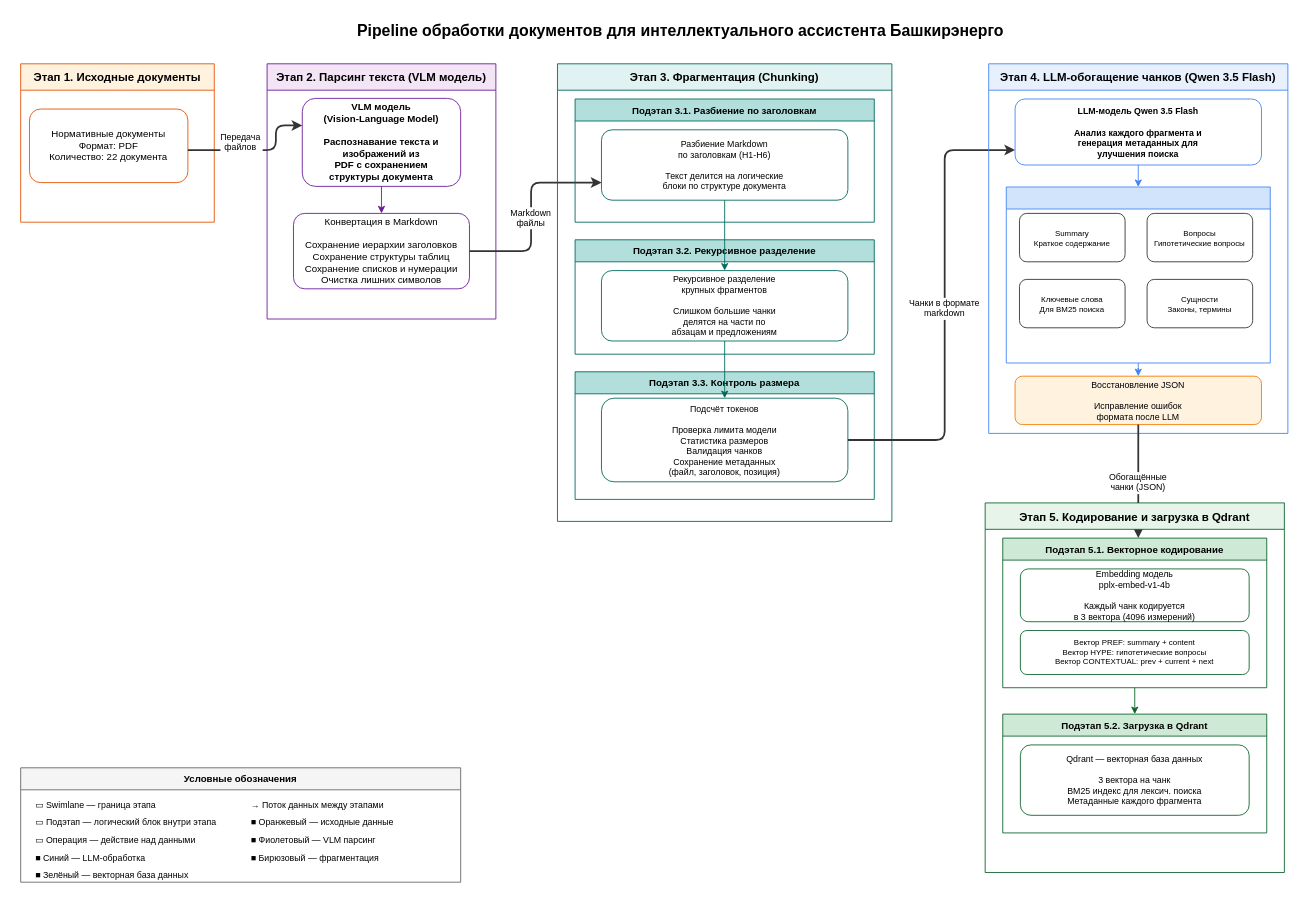
Diamondcoder2004/ai_assistant keeps this draw.io diagram as practice/pipeline_data_preparation.drawio. Above is the earlier version. Source tidied: cells renumbered, new cells numbered last; positions are measured from the earlier drawing's top-left corner, leaving out a move shared by most shapes. Both pictures are drawn from the tidied source at 88%, with x=0, y=0 at pixel (20, 15).
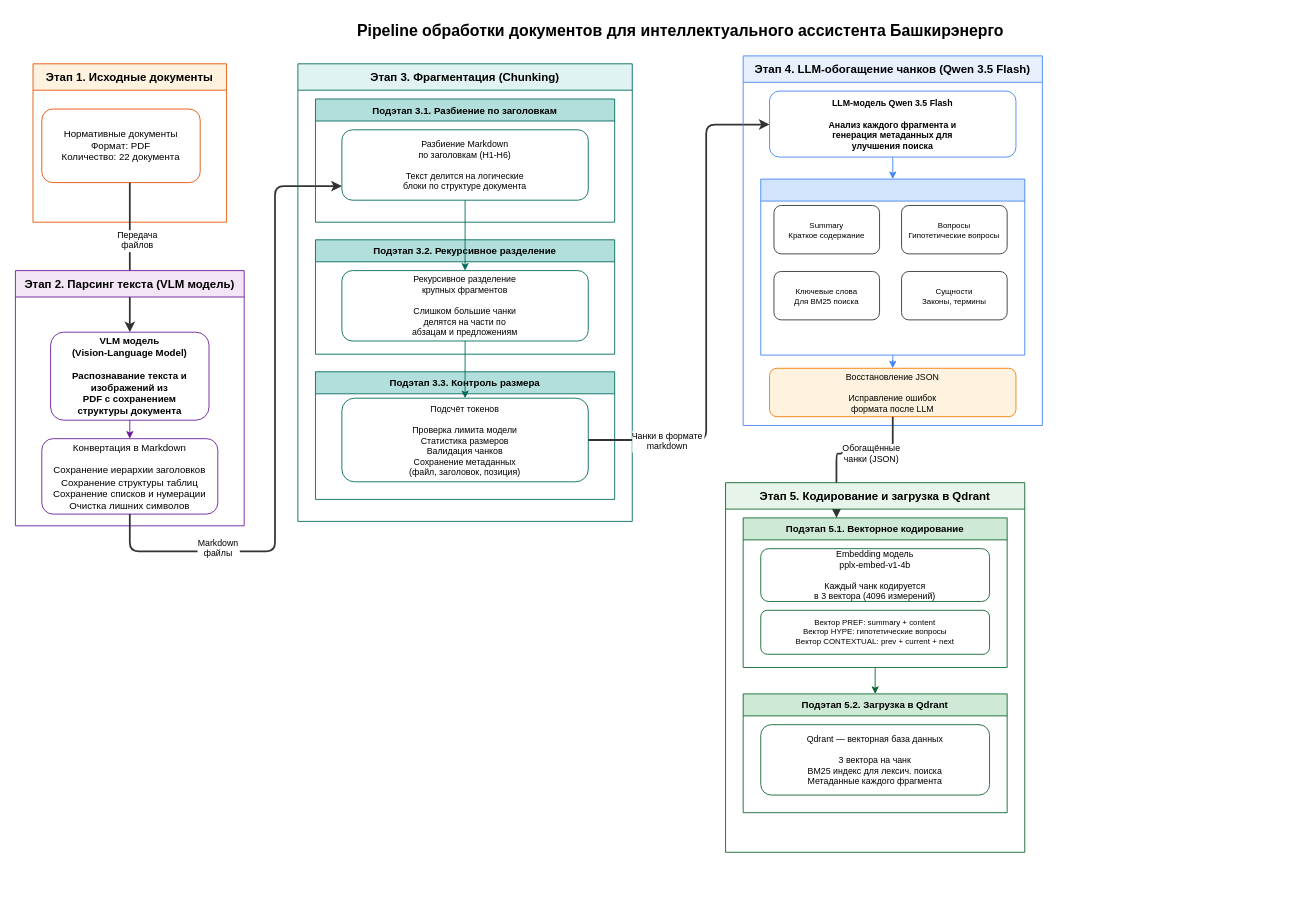
The same diagram, later.

Unchanged cells that the change refers to:
```xml
<mxCell id="4" value="Нормативные документы&#10;Формат: PDF&#10;Количество: 22 документа" style="rounded=1;whiteSpace=wrap;fillColor=#ffffff;strokeColor=#e65100;fontSize=11;fontColor=#000000;" parent="3" vertex="1">
  <mxGeometry x="10" y="51.4" width="180" height="83.6" as="geometry" />
</mxCell>
<mxCell id="13" value="Разбиение Markdown&#10;по заголовкам (H1-H6)&#10;&#10;Текст делится на логические&#10;блоки по структуре документа" style="rounded=1;whiteSpace=wrap;fillColor=#ffffff;strokeColor=#00695c;fontSize=10;fontColor=#000000;" parent="12" vertex="1">
  <mxGeometry x="30" y="35" width="280" height="80" as="geometry" />
</mxCell>
<mxCell id="17" value="Подсчёт токенов&#10;&#10;Проверка лимита модели&#10;Статистика размеров&#10;Валидация чанков&#10;Сохранение метаданных&#10;(файл, заголовок, позиция)" style="rounded=1;whiteSpace=wrap;fillColor=#ffffff;strokeColor=#00695c;fontSize=10;fontColor=#000000;" parent="16" vertex="1">
  <mxGeometry x="30" y="30" width="280" height="95" as="geometry" />
</mxCell>
<mxCell id="22" value="LLM-модель Qwen 3.5 Flash&#10;&#10;Анализ каждого фрагмента и&#10;генерация метаданных для&#10;улучшения поиска" style="rounded=1;whiteSpace=wrap;fillColor=#ffffff;strokeColor=#4285f4;fontSize=10;fontColor=#000000;fontStyle=1;" parent="21" vertex="1">
  <mxGeometry x="30" y="40" width="280" height="75" as="geometry" />
</mxCell>
<mxCell id="28" value="Восстановление JSON&#10;&#10;Исправление ошибок&#10;формата после LLM" style="rounded=1;whiteSpace=wrap;fillColor=#fff3e0;strokeColor=#f57c00;fontSize=10;fontColor=#000000;" parent="21" vertex="1">
  <mxGeometry x="30" y="355" width="280" height="55" as="geometry" />
</mxCell>
<mxCell id="33" value="Подэтап 5.1. Векторное кодирование" style="swimlane;startSize=25;fillColor=#ceead6;strokeColor=#0d652d;fontStyle=1;fontSize=11;fontColor=#000000;" parent="32" vertex="1">
  <mxGeometry x="20" y="40" width="300" height="170" as="geometry" />
</mxCell>
```

Change to the diagram source:
```diff
@@
     <mxCell id="3" value="Этап 1. Исходные документы" style="swimlane;startSize=30;fillColor=#fff3e0;strokeColor=#e65100;fontStyle=1;fontSize=13;fontColor=#000000;" parent="1" vertex="1">
-      <mxGeometry y="55" width="220" height="180" as="geometry" />
+      <mxGeometry x="14" y="55" width="220" height="180" as="geometry" />
     </mxCell>
@@
     <mxCell id="5" value="Передача&#10;файлов" style="edgeStyle=orthogonalEdgeStyle;rounded=1;strokeWidth=2;strokeColor=#333333;fontSize=10;fontColor=#000000;" parent="1" edge="1" source="4" target="7">
       <mxGeometry x="-0.24" y="9" relative="1" as="geometry">
         <Array as="points">
-          <mxPoint x="290" y="153" />
-          <mxPoint x="290" y="125" />
+          <mxPoint x="124" y="292" />
+          <mxPoint x="124" y="292" />
         </Array>
       </mxGeometry>
     </mxCell>
     <mxCell id="6" value="Этап 2. Парсинг текста (VLM модель)" style="swimlane;startSize=30;fillColor=#f3e5f5;strokeColor=#6a1b9a;fontStyle=1;fontSize=13;fontColor=#000000;" parent="1" vertex="1">
-      <mxGeometry x="280" y="55" width="260" height="290" as="geometry" />
+      <mxGeometry x="-6" y="290" width="260" height="290" as="geometry" />
     </mxCell>
     <mxCell id="7" value="VLM модель&#10;(Vision-Language Model)&#10;&#10;Распознавание текста и изображений из&#10;PDF с сохранением&#10;структуры документа" style="rounded=1;whiteSpace=wrap;fillColor=#ffffff;strokeColor=#6a1b9a;fontSize=11;fontColor=#000000;fontStyle=1;" parent="6" vertex="1">
-      <mxGeometry x="40" y="39.3" width="180" height="100" as="geometry" />
+      <mxGeometry x="40" y="70" width="180" height="100" as="geometry" />
     </mxCell>
@@
     <mxCell id="9" value="Конвертация в Markdown&#10;&#10;Сохранение иерархии заголовков&#10;Сохранение структуры таблиц&#10;Сохранение списков и нумерации&#10;Очистка лишних символов" style="rounded=1;whiteSpace=wrap;fillColor=#ffffff;strokeColor=#6a1b9a;fontSize=11;fontColor=#000000;" parent="6" vertex="1">
-      <mxGeometry x="30" y="170" width="200" height="85.7" as="geometry" />
+      <mxGeometry x="30" y="191" width="200" height="85.7" as="geometry" />
     </mxCell>
     <mxCell id="10" value="Markdown&#10;файлы" style="edgeStyle=orthogonalEdgeStyle;rounded=1;strokeWidth=2;strokeColor=#333333;fontSize=10;fontColor=#000000;" parent="1" edge="1" source="9" target="13">
-      <mxGeometry x="-0.05" relative="1" as="geometry">
+      <mxGeometry x="-0.59" y="4" relative="1" as="geometry">
         <Array as="points">
-          <mxPoint x="580" y="268" />
-          <mxPoint x="580" y="190" />
+          <mxPoint x="124" y="609" />
+          <mxPoint x="289" y="609" />
+          <mxPoint x="289" y="194" />
         </Array>
       </mxGeometry>
     </mxCell>
     <mxCell id="11" value="Этап 3. Фрагментация (Chunking)" style="swimlane;startSize=30;fillColor=#e0f2f1;strokeColor=#00695c;fontStyle=1;fontSize=13;fontColor=#000000;" parent="1" vertex="1">
-      <mxGeometry x="610" y="55" width="380" height="520" as="geometry" />
+      <mxGeometry x="315" y="55" width="380" height="520" as="geometry" />
     </mxCell>
@@
     <mxCell id="20" value="Чанки в формате&#10;markdown" style="edgeStyle=orthogonalEdgeStyle;rounded=1;strokeWidth=2;strokeColor=#333333;fontSize=10;fontColor=#000000;" parent="1" edge="1" source="17" target="22">
-      <mxGeometry relative="1" as="geometry">
+      <mxGeometry x="-0.68" y="-1" relative="1" as="geometry">
         <Array as="points">
-          <mxPoint x="1050" y="483" />
-          <mxPoint x="1050" y="153" />
+          <mxPoint x="779" y="482" />
+          <mxPoint x="779" y="124" />
         </Array>
       </mxGeometry>
     </mxCell>
     <mxCell id="21" value="Этап 4. LLM-обогащение чанков (Qwen 3.5 Flash)" style="swimlane;startSize=30;fillColor=#e8f0fe;strokeColor=#4285f4;fontStyle=1;fontSize=13;fontColor=#000000;" parent="1" vertex="1">
-      <mxGeometry x="1100" y="55" width="340" height="420" as="geometry" />
+      <mxGeometry x="821" y="46" width="340" height="420" as="geometry" />
     </mxCell>
@@
     <mxCell id="31" value="Обогащённые&#10;чанки (JSON)" style="edgeStyle=orthogonalEdgeStyle;rounded=1;strokeWidth=2;strokeColor=#333333;fontSize=10;fontColor=#000000;" parent="1" edge="1" source="28" target="33">
-      <mxGeometry relative="1" as="geometry">
+      <mxGeometry x="-0.28" y="2" relative="1" as="geometry">
         <Array as="points">
-          <mxPoint x="1270" y="498" />
-          <mxPoint x="1270" y="498" />
+          <mxPoint x="991" y="496" />
+          <mxPoint x="933" y="496" />
+          <mxPoint x="933" y="498" />
+          <mxPoint x="927" y="498" />
         </Array>
       </mxGeometry>
     </mxCell>
     <mxCell id="32" value="Этап 5. Кодирование и загрузка в Qdrant" style="swimlane;startSize=30;fillColor=#e6f4ea;strokeColor=#0d652d;fontStyle=1;fontSize=13;fontColor=#000000;" parent="1" vertex="1">
-      <mxGeometry x="1096" y="554" width="340" height="420" as="geometry" />
+      <mxGeometry x="801" y="531" width="340" height="420" as="geometry" />
     </mxCell>
@@
-    <mxCell id="39" value="Условные обозначения" style="swimlane;startSize=25;fillColor=#f5f5f5;strokeColor=#666666;fontStyle=1;fontSize=11;fontColor=#000000;" parent="1" vertex="1">
-      <mxGeometry y="855" width="500" height="130" as="geometry" />
-    </mxCell>
-    <mxCell id="40" value="▭  Swimlane — граница этапа" style="text;fontSize=10;fontColor=#000000;" parent="39" vertex="1">
-      <mxGeometry x="15" y="30" width="220" height="20" as="geometry" />
-    </mxCell>
-    <mxCell id="41" value="▭  Подэтап — логический блок внутри этапа" style="text;fontSize=10;fontColor=#000000;" parent="39" vertex="1">
-      <mxGeometry x="15" y="50" width="250" height="20" as="geometry" />
-    </mxCell>
-    <mxCell id="42" value="▭  Операция — действие над данными" style="text;fontSize=10;fontColor=#000000;" parent="39" vertex="1">
-      <mxGeometry x="15" y="70" width="220" height="20" as="geometry" />
-    </mxCell>
-    <mxCell id="43" value="→  Поток данных между этапами" style="text;fontSize=10;fontColor=#000000;" parent="39" vertex="1">
-      <mxGeometry x="260" y="30" width="220" height="20" as="geometry" />
-    </mxCell>
-    <mxCell id="44" value="■  Оранжевый — исходные данные" style="text;fontSize=10;fontColor=#000000;" parent="39" vertex="1">
-      <mxGeometry x="260" y="50" width="200" height="20" as="geometry" />
-    </mxCell>
-    <mxCell id="45" value="■  Фиолетовый — VLM парсинг" style="text;fontSize=10;fontColor=#000000;" parent="39" vertex="1">
-      <mxGeometry x="260" y="70" width="180" height="20" as="geometry" />
-    </mxCell>
-    <mxCell id="46" value="■  Бирюзовый — фрагментация" style="text;fontSize=10;fontColor=#000000;" parent="39" vertex="1">
-      <mxGeometry x="260" y="90" width="180" height="20" as="geometry" />
-    </mxCell>
-    <mxCell id="47" value="■  Синий — LLM-обработка" style="text;fontSize=10;fontColor=#000000;" parent="39" vertex="1">
-      <mxGeometry x="15" y="90" width="180" height="20" as="geometry" />
-    </mxCell>
-    <mxCell id="48" value="■  Зелёный — векторная база данных" style="text;fontSize=10;fontColor=#000000;" parent="39" vertex="1">
-      <mxGeometry x="15" y="110" width="200" height="20" as="geometry" />
-    </mxCell>
```
